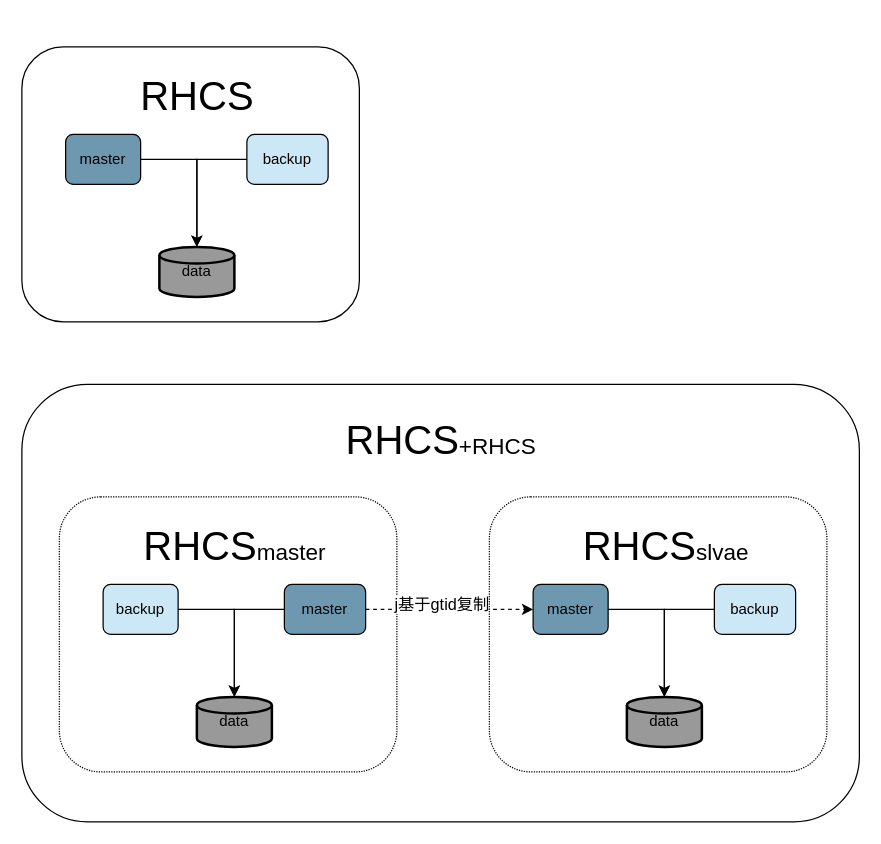
Above: page "MySQL-RHCS" (3 of 7) of dbscan/dbscan.drawio in maopashui/drawio (draw.io), before the change. Source tidied: cells renumbered, new cells numbered last; positions are measured from the earlier drawing's top-left corner, leaving out a move shared by most shapes. Both pictures are drawn from the tidied source at 125%, with x=0, y=0 at pixel (21, 21).
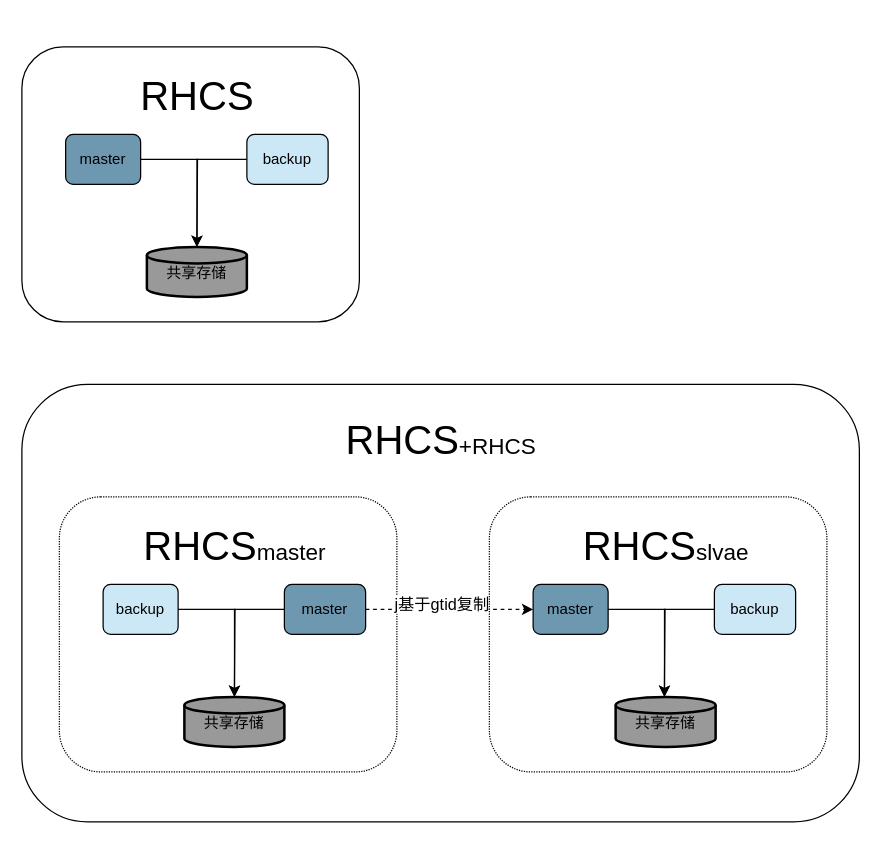
Above is the later version.

Unchanged cells that the change refers to:
```xml
<mxCell id="5" value="master" style="rounded=1;whiteSpace=wrap;html=1;glass=0;fillColor=#6E98AF;" parent="1" vertex="1">
  <mxGeometry x="35" y="90" width="60" height="40" as="geometry" />
</mxCell>
<mxCell id="7" value="backup" style="rounded=1;whiteSpace=wrap;html=1;glass=0;fillColor=#CCE8F6;" parent="1" vertex="1">
  <mxGeometry x="180" y="90" width="65" height="40" as="geometry" />
</mxCell>
<mxCell id="13" value="backup" style="rounded=1;whiteSpace=wrap;html=1;glass=0;fillColor=#CCE8F6;" parent="1" vertex="1">
  <mxGeometry x="65" y="450" width="60" height="40" as="geometry" />
</mxCell>
<mxCell id="17" value="master" style="rounded=1;whiteSpace=wrap;html=1;glass=0;fillColor=#6E98AF;" parent="1" vertex="1">
  <mxGeometry x="210" y="450" width="65" height="40" as="geometry" />
</mxCell>
<mxCell id="22" value="master" style="rounded=1;whiteSpace=wrap;html=1;glass=0;fillColor=#6E98AF;" parent="1" vertex="1">
  <mxGeometry x="409" y="450" width="60" height="40" as="geometry" />
</mxCell>
<mxCell id="24" value="backup" style="rounded=1;whiteSpace=wrap;html=1;glass=0;fillColor=#CCE8F6;" parent="1" vertex="1">
  <mxGeometry x="554" y="450" width="65" height="40" as="geometry" />
</mxCell>
```

Diff of the diagram source:
```diff
@@
-    <mxCell id="3" value="data" style="strokeWidth=2;html=1;shape=mxgraph.flowchart.database;whiteSpace=wrap;rounded=1;glass=0;fillColor=#999999;" parent="1" vertex="1">
-      <mxGeometry x="110" y="180" width="60" height="40" as="geometry" />
-    </mxCell>
-    <mxCell id="4" style="edgeStyle=orthogonalEdgeStyle;rounded=0;jettySize=auto;html=1;entryX=0.5;entryY=0;entryDx=0;entryDy=0;entryPerimeter=0;" parent="1" edge="1" source="5" target="3">
-      <mxGeometry relative="1" as="geometry" />
+    <mxCell id="4" style="edgeStyle=orthogonalEdgeStyle;rounded=0;jettySize=auto;html=1;entryX=0.5;entryY=0;entryDx=0;entryDy=0;entryPerimeter=0;" parent="1" edge="1" source="5">
+      <mxGeometry relative="1" as="geometry">
+        <mxPoint x="140" y="180" as="targetPoint" />
+      </mxGeometry>
     </mxCell>
@@
-    <mxCell id="6" style="edgeStyle=orthogonalEdgeStyle;rounded=0;jettySize=auto;html=1;" parent="1" edge="1" source="7" target="3">
+    <mxCell id="6" style="edgeStyle=orthogonalEdgeStyle;rounded=0;jettySize=auto;html=1;" parent="1" edge="1" source="7">
       <mxGeometry relative="1" as="geometry">
+        <mxPoint x="140.1" y="180" as="targetPoint" />
         <Array as="points">
           <mxPoint x="140" y="110" />
         </Array>
       </mxGeometry>
     </mxCell>
@@
-    <mxCell id="11" value="data" style="strokeWidth=2;html=1;shape=mxgraph.flowchart.database;whiteSpace=wrap;rounded=1;glass=0;fillColor=#999999;" parent="1" vertex="1">
-      <mxGeometry x="140" y="540" width="60" height="40" as="geometry" />
-    </mxCell>
-    <mxCell id="12" style="edgeStyle=orthogonalEdgeStyle;rounded=0;jettySize=auto;html=1;entryX=0.5;entryY=0;entryDx=0;entryDy=0;entryPerimeter=0;" parent="1" edge="1" source="13" target="11">
-      <mxGeometry relative="1" as="geometry" />
+    <mxCell id="12" style="edgeStyle=orthogonalEdgeStyle;rounded=0;jettySize=auto;html=1;entryX=0.5;entryY=0;entryDx=0;entryDy=0;entryPerimeter=0;" parent="1" edge="1" source="13">
+      <mxGeometry relative="1" as="geometry">
+        <mxPoint x="170" y="540" as="targetPoint" />
+      </mxGeometry>
     </mxCell>
@@
-    <mxCell id="14" style="edgeStyle=orthogonalEdgeStyle;rounded=0;jettySize=auto;html=1;" parent="1" edge="1" source="17" target="11">
+    <mxCell id="14" style="edgeStyle=orthogonalEdgeStyle;rounded=0;jettySize=auto;html=1;" parent="1" edge="1" source="17">
       <mxGeometry relative="1" as="geometry">
+        <mxPoint x="170.1" y="540" as="targetPoint" />
         <Array as="points">
           <mxPoint x="170" y="470" />
         </Array>
       </mxGeometry>
     </mxCell>
@@
-    <mxCell id="20" value="data" style="strokeWidth=2;html=1;shape=mxgraph.flowchart.database;whiteSpace=wrap;rounded=1;glass=0;fillColor=#999999;" parent="1" vertex="1">
-      <mxGeometry x="484" y="540" width="60" height="40" as="geometry" />
-    </mxCell>
-    <mxCell id="21" style="edgeStyle=orthogonalEdgeStyle;rounded=0;jettySize=auto;html=1;entryX=0.5;entryY=0;entryDx=0;entryDy=0;entryPerimeter=0;" parent="1" edge="1" source="22" target="20">
-      <mxGeometry relative="1" as="geometry" />
+    <mxCell id="21" style="edgeStyle=orthogonalEdgeStyle;rounded=0;jettySize=auto;html=1;entryX=0.5;entryY=0;entryDx=0;entryDy=0;entryPerimeter=0;" parent="1" edge="1" source="22">
+      <mxGeometry relative="1" as="geometry">
+        <mxPoint x="514" y="540" as="targetPoint" />
+      </mxGeometry>
     </mxCell>
@@
-    <mxCell id="23" style="edgeStyle=orthogonalEdgeStyle;rounded=0;jettySize=auto;html=1;" parent="1" edge="1" source="24" target="20">
+    <mxCell id="23" style="edgeStyle=orthogonalEdgeStyle;rounded=0;jettySize=auto;html=1;" parent="1" edge="1" source="24">
       <mxGeometry relative="1" as="geometry">
+        <mxPoint x="514.1" y="540" as="targetPoint" />
         <Array as="points">
           <mxPoint x="514" y="470" />
         </Array>
       </mxGeometry>
     </mxCell>
@@
+    <mxCell id="27" value="&lt;p style=&quot;line-height: 0;&quot;&gt;共享存储&lt;/p&gt;" style="strokeWidth=2;html=1;shape=mxgraph.flowchart.database;whiteSpace=wrap;rounded=1;glass=0;fillColor=#999999;" parent="1" vertex="1">
+      <mxGeometry x="100" y="180" width="80" height="40" as="geometry" />
+    </mxCell>
+    <mxCell id="28" value="&lt;p style=&quot;line-height: 0;&quot;&gt;共享存储&lt;/p&gt;" style="strokeWidth=2;html=1;shape=mxgraph.flowchart.database;whiteSpace=wrap;rounded=1;glass=0;fillColor=#999999;" parent="1" vertex="1">
+      <mxGeometry x="475" y="540" width="80" height="40" as="geometry" />
+    </mxCell>
+    <mxCell id="29" value="&lt;p style=&quot;line-height: 0;&quot;&gt;共享存储&lt;/p&gt;" style="strokeWidth=2;html=1;shape=mxgraph.flowchart.database;whiteSpace=wrap;rounded=1;glass=0;fillColor=#999999;" parent="1" vertex="1">
+      <mxGeometry x="130" y="540" width="80" height="40" as="geometry" />
+    </mxCell>
```
